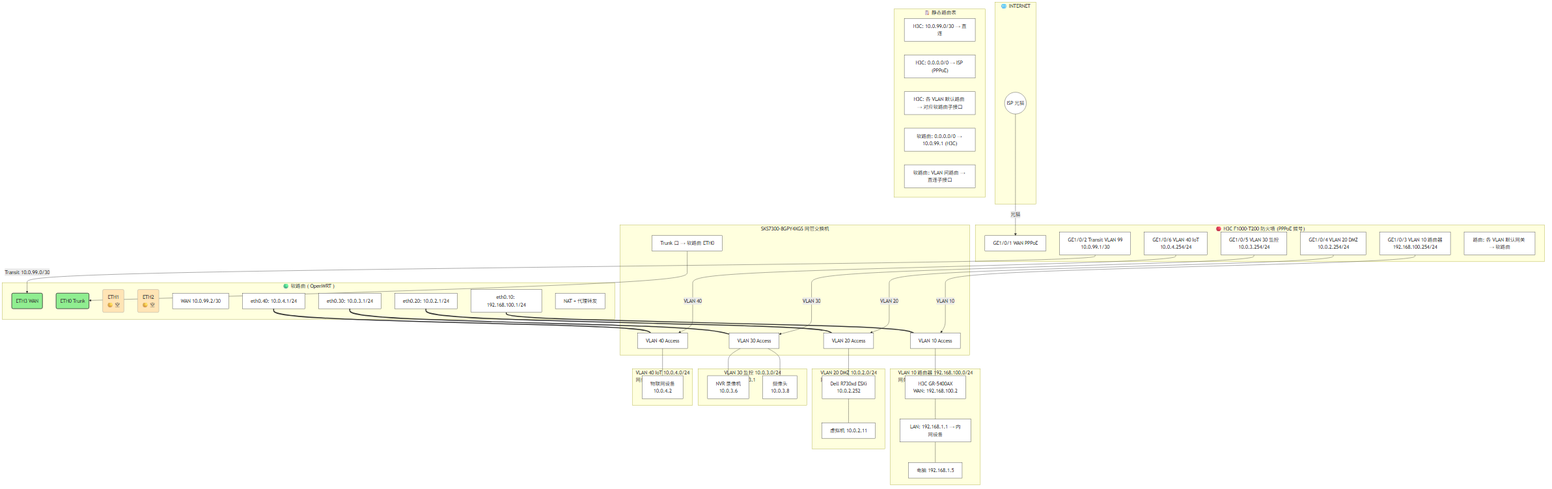
Earlier version of the Mermaid export source/img/topo-full.png (never-give-up-cn/myhome). Its source is kept beside it as source/img/topo-full.mmd.
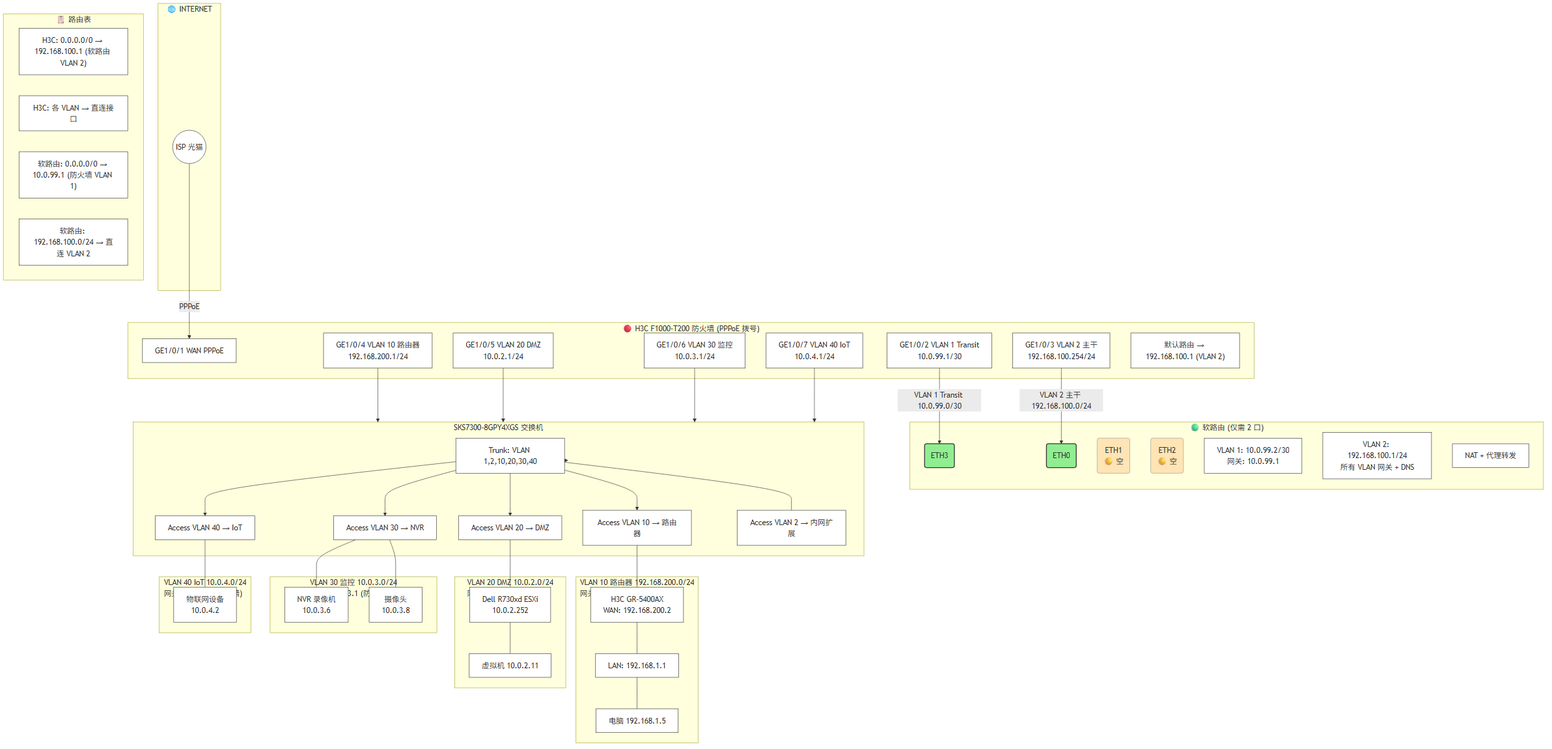
After the commit.

Commit message:
fix: 简化拓扑——软路由仅需 2 口，防火墙处理 VLAN 网关

The edit, as a diff of the source:
```diff
@@ -5,82 +5,82 @@
 
     subgraph FW["🔴 H3C F1000-T200 防火墙 (PPPoE 拨号)"]
         GE1["GE1/0/1 WAN PPPoE"]
-        GE2["GE1/0/2 Transit VLAN 99<br/>10.0.99.1/30"]
-        GE3["GE1/0/3 VLAN 10 路由器<br/>192.168.100.254/24"]
-        GE4["GE1/0/4 VLAN 20 DMZ<br/>10.0.2.254/24"]
-        GE5["GE1/0/5 VLAN 30 监控<br/>10.0.3.254/24"]
-        GE6["GE1/0/6 VLAN 40 IoT<br/>10.0.4.254/24"]
-        FW_R["路由: 各 VLAN 默认网关 → 软路由"]
+        GE2["GE1/0/2 VLAN 1 Transit<br/>10.0.99.1/30"]
+        GE3["GE1/0/3 VLAN 2 主干<br/>192.168.100.254/24"]
+        GE4["GE1/0/4 VLAN 10 路由器<br/>192.168.200.1/24"]
+        GE5["GE1/0/5 VLAN 20 DMZ<br/>10.0.2.1/24"]
+        GE6["GE1/0/6 VLAN 30 监控<br/>10.0.3.1/24"]
+        GE7["GE1/0/7 VLAN 40 IoT<br/>10.0.4.1/24"]
+        FIREWALL_ROUTE["默认路由 → 192.168.100.1 (VLAN 2)"]
     end
 
-    subgraph SR["🟢 软路由 ( OpenWRT )"]
-        ETH3("ETH3 WAN"):::port
-        ETH0("ETH0 Trunk"):::port
+    subgraph SR["🟢 软路由 (仅需 2 口)"]
+        ETH3("ETH3"):::port
+        ETH0("ETH0"):::port
         ETH1("ETH1<br/>🟡 空"):::port_idle
         ETH2("ETH2<br/>🟡 空"):::port_idle
-        SR_WAN["WAN 10.0.99.2/30"]
-        SUB10["eth0.10: 192.168.100.1/24"]
-        SUB20["eth0.20: 10.0.2.1/24"]
-        SUB30["eth0.30: 10.0.3.1/24"]
-        SUB40["eth0.40: 10.0.4.1/24"]
+        SR_WAN["VLAN 1: 10.0.99.2/30<br/>网关: 10.0.99.1"]
+        SR_LAN["VLAN 2: 192.168.100.1/24<br/>所有 VLAN 网关 + DNS"]
         SR_NAT["NAT + 代理转发"]
     end
 
-    subgraph SW["SKS7300-8GPY4XGS 网管交换机"]
-        P_TRUNK["Trunk 口 → 软路由 ETH0"]
-        P10["VLAN 10 Access"]
-        P20["VLAN 20 Access"]
-        P30["VLAN 30 Access"]
-        P40["VLAN 40 Access"]
+    subgraph SW["SKS7300-8GPY4XGS 交换机"]
+        direction TB
+        TRUNK["Trunk: VLAN 1,2,10,20,30,40"]
+        P10["Access VLAN 10 → 路由器"]
+        P20["Access VLAN 20 → DMZ"]
+        P30["Access VLAN 30 → NVR"]
+        P40["Access VLAN 40 → IoT"]
+        P_LAN["Access VLAN 2 → 内网扩展"]
     end
 
-    subgraph VLAN10["VLAN 10 路由器 192.168.100.0/24<br/>网关: 192.168.100.1"]
-        R2["H3C GR-5400AX<br/>WAN: 192.168.100.2"]
-        R2_LAN["LAN: 192.168.1.1 → 内网设备"]
+    subgraph VLAN10["VLAN 10 路由器 192.168.200.0/24<br/>网关: 192.168.200.1 (防火墙)"]
+        R2["H3C GR-5400AX<br/>WAN: 192.168.200.2"]
+        R2_LAN["LAN: 192.168.1.1"]
         PC["电脑 192.168.1.5"]
     end
 
-    subgraph VLAN20["VLAN 20 DMZ 10.0.2.0/24<br/>网关: 10.0.2.1"]
+    subgraph VLAN20["VLAN 20 DMZ 10.0.2.0/24<br/>网关: 10.0.2.1 (防火墙)"]
         R730xd["Dell R730xd ESXi<br/>10.0.2.252"]
         VM["虚拟机 10.0.2.11"]
     end
 
-    subgraph VLAN30["VLAN 30 监控 10.0.3.0/24<br/>网关: 10.0.3.1"]
+    subgraph VLAN30["VLAN 30 监控 10.0.3.0/24<br/>网关: 10.0.3.1 (防火墙)"]
         NVR["NVR 录像机<br/>10.0.3.6"]
         CAM["摄像头<br/>10.0.3.8"]
     end
 
-    subgraph VLAN40["VLAN 40 IoT 10.0.4.0/24<br/>网关: 10.0.4.1"]
+    subgraph VLAN40["VLAN 40 IoT 10.0.4.0/24<br/>网关: 10.0.4.1 (防火墙)"]
         IOT_DEV["物联网设备<br/>10.0.4.2"]
     end
 
-    ISP -->|"光猫"| GE1
-    GE2 -->|"Transit 10.0.99.0/30"| ETH3
-    GE3 -->|"VLAN 10"| P10
-    GE4 -->|"VLAN 20"| P20
-    GE5 -->|"VLAN 30"| P30
-    GE6 -->|"VLAN 40"| P40
-    P_TRUNK --> ETH0
-
-    SUB10 === P10
+    ISP -->|"PPPoE"| GE1
+    GE2 -->|"VLAN 1 Transit 10.0.99.0/30"| ETH3
+    GE3 -->|"VLAN 2 主干 192.168.100.0/24"| ETH0
+    GE4 --> SW
+    GE5 --> SW
+    GE6 --> SW
+    GE7 --> SW
+    SW --> TRUNK
+    TRUNK --> P10
+    TRUNK --> P20
+    TRUNK --> P30
+    TRUNK --> P40
+    TRUNK --- P_LAN
     P10 --- R2
     R2 --- R2_LAN
     R2_LAN --- PC
-    SUB20 === P20
     P20 --- R730xd
     R730xd --- VM
-    SUB30 === P30
     P30 --- NVR
     P30 --- CAM
-    SUB40 === P40
     P40 --- IOT_DEV
 
-    subgraph ROUTES["📋 静态路由表"]
-        F1["H3C: 10.0.99.0/30 → 直连"]
-        F2["H3C: 0.0.0.0/0 → ISP (PPPoE)"]
-        F3["H3C: 各 VLAN 默认路由 → 对应软路由子接口"]
-        S1["软路由: 0.0.0.0/0 → 10.0.99.1 (H3C)"]
-        S2["软路由: VLAN 间路由 → 直连子接口"]
+    subgraph ROUTES["📋 路由表"]
+        H1["H3C: 0.0.0.0/0 → 192.168.100.1 (软路由 VLAN 2)"]
+        H2["H3C: 各 VLAN → 直连接口"]
+        S1["软路由: 0.0.0.0/0 → 10.0.99.1 (防火墙 VLAN 1)"]
+        S2["软路由: 192.168.100.0/24 → 直连 VLAN 2"]
     end
 
     classDef port fill:#90EE90,stroke:#333,stroke-width:2
```
